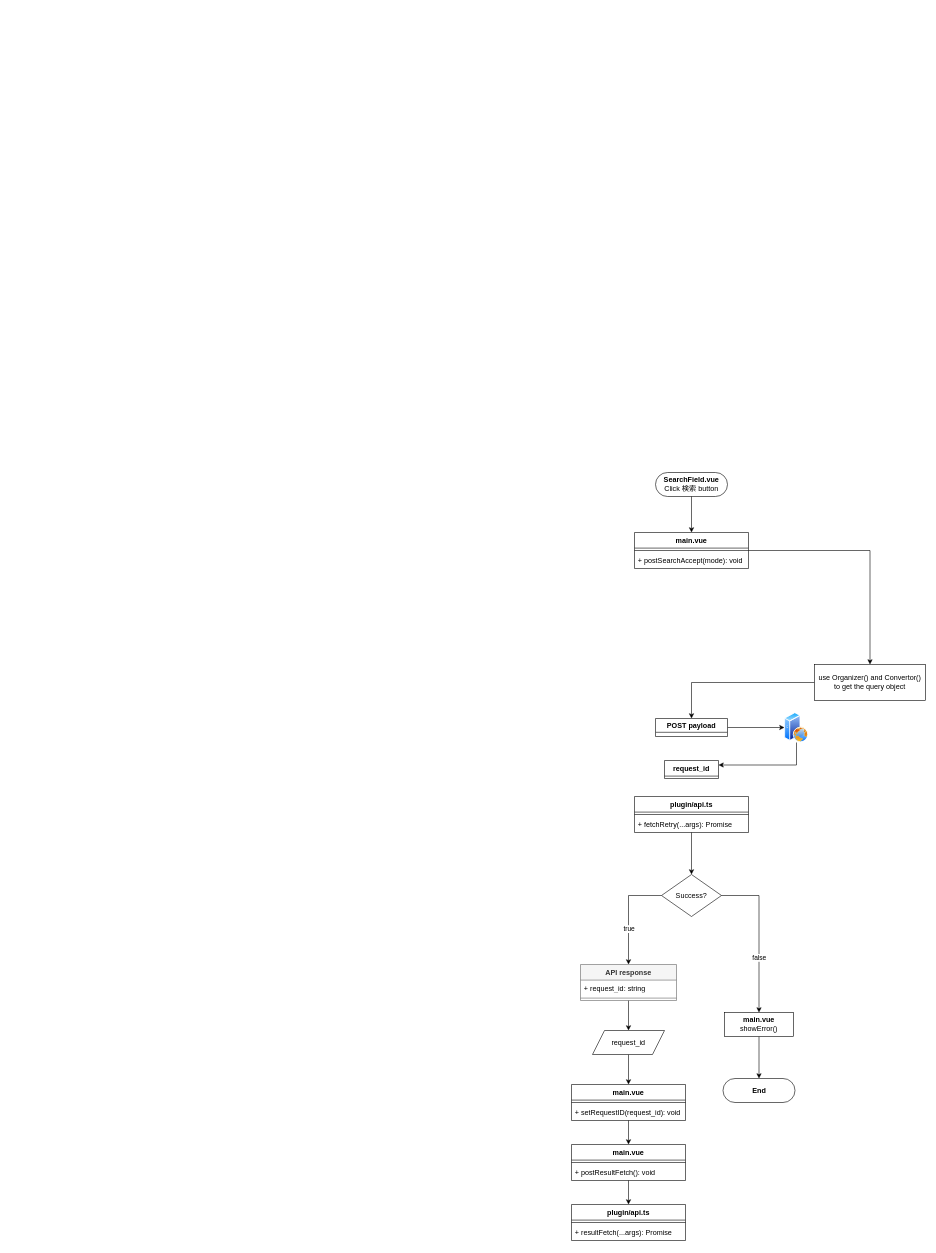
This is old-rebind-logic.drawio from maruk0chan/draw.io, a draw.io file, before an edit. Source tidied: cells renumbered, new cells numbered last; positions are measured from the earlier drawing's top-left corner, leaving out a move shared by most shapes. Both pictures are drawn from the tidied source at 60%, with x=0, y=0 at pixel (571, 472).
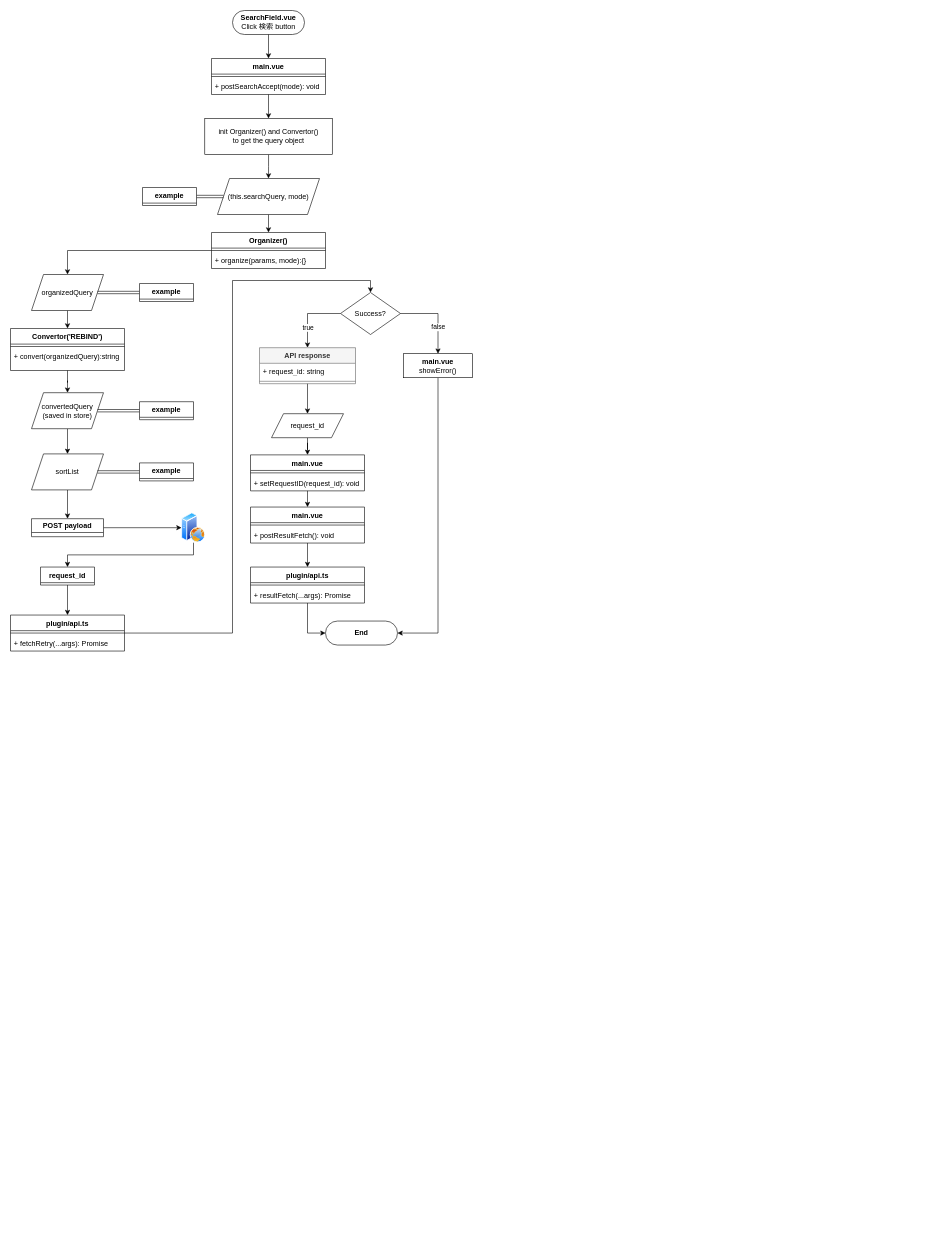
After the change.

The change refers to these unchanged cells:
```xml
<mxCell id="10" style="edgeStyle=orthogonalEdgeStyle;rounded=0;jettySize=auto;html=1;exitX=1;exitY=0.5;exitDx=0;exitDy=0;entryX=0.5;entryY=0;entryDx=0;entryDy=0;" parent="1" edge="1" source="7" target="9">
  <mxGeometry relative="1" as="geometry" />
</mxCell>
```

Change to the diagram source:
```diff
@@
+    <mxCell id="44" style="edgeStyle=none;html=1;fontSize=10;entryX=0.5;entryY=0;entryDx=0;entryDy=0;" parent="1" edge="1" source="2" target="27">
+      <mxGeometry relative="1" as="geometry" />
+    </mxCell>
     <mxCell id="2" value="request_id" style="swimlane;fontStyle=1;align=center;verticalAlign=top;horizontal=1;startSize=26;whiteSpace=wrap;html=1;" parent="1" vertex="1" collapsed="1">
-      <mxGeometry x="155" y="480" width="90" height="30" as="geometry" />
+      <mxGeometry x="-885" y="157.6" width="90" height="30" as="geometry" />
     </mxCell>
     <mxCell id="3" value="&lt;b&gt;SearchField.vue&lt;/b&gt;&lt;br&gt;Click 検索 button" style="rounded=1;whiteSpace=wrap;html=1;arcSize=50;" parent="1" vertex="1">
-      <mxGeometry x="140" width="120" height="40" as="geometry" />
+      <mxGeometry x="-565" y="-770" width="120" height="40" as="geometry" />
     </mxCell>
@@
     <mxCell id="7" value="Success?" style="rhombus;whiteSpace=wrap;html=1;" parent="1" vertex="1">
-      <mxGeometry x="150" y="670" width="100" height="70" as="geometry" />
+      <mxGeometry x="-385" y="-300" width="100" height="70" as="geometry" />
     </mxCell>
-    <mxCell id="8" style="edgeStyle=orthogonalEdgeStyle;rounded=0;jettySize=auto;html=1;exitX=0.5;exitY=1;exitDx=0;exitDy=0;entryX=0.5;entryY=0;entryDx=0;entryDy=0;" parent="1" edge="1" source="9" target="20">
+    <mxCell id="8" style="edgeStyle=orthogonalEdgeStyle;rounded=0;jettySize=auto;html=1;exitX=0.5;exitY=1;exitDx=0;exitDy=0;entryX=1;entryY=0.5;entryDx=0;entryDy=0;" parent="1" edge="1" source="9" target="20">
       <mxGeometry relative="1" as="geometry" />
     </mxCell>
     <mxCell id="9" value="&lt;b&gt;main.vue&lt;/b&gt;&lt;br&gt;showError()" style="rounded=0;whiteSpace=wrap;html=1;" parent="1" vertex="1">
-      <mxGeometry x="255" y="900" width="115" height="40" as="geometry" />
+      <mxGeometry x="-280" y="-198" width="115" height="40" as="geometry" />
     </mxCell>
@@
     <mxCell id="11" value="false" style="edgeLabel;html=1;align=center;verticalAlign=middle;" parent="10" vertex="1">
       <mxGeometry x="0.1" y="2" relative="1" as="geometry">
-        <mxPoint x="-2" y="24" as="offset" />
+        <mxPoint x="-2" y="14" as="offset" />
       </mxGeometry>
     </mxCell>
@@
     <mxCell id="13" value="API response" style="swimlane;fontStyle=1;align=center;verticalAlign=top;horizontal=1;startSize=26;whiteSpace=wrap;html=1;fillColor=#f5f5f5;fontColor=#333333;strokeColor=#666666;" parent="1" vertex="1">
-      <mxGeometry x="15" y="820" width="160" height="60" as="geometry" />
+      <mxGeometry x="-520" y="-208" width="160" height="60" as="geometry" />
     </mxCell>
@@
-    <mxCell id="16" style="edgeStyle=orthogonalEdgeStyle;rounded=0;jettySize=auto;html=1;" parent="1" edge="1" source="17" target="40">
+    <mxCell id="16" style="edgeStyle=orthogonalEdgeStyle;rounded=0;jettySize=auto;html=1;exitX=0.5;exitY=1;exitDx=0;exitDy=0;entryX=0.5;entryY=0;entryDx=0;entryDy=0;" parent="1" edge="1" source="50" target="59">
       <mxGeometry relative="1" as="geometry" />
     </mxCell>
+    <mxCell id="45" style="edgeStyle=none;html=1;fontSize=10;" parent="1" edge="1" source="17" target="48">
+      <mxGeometry relative="1" as="geometry" />
+    </mxCell>
     <mxCell id="17" value="main.vue" style="swimlane;fontStyle=1;align=center;verticalAlign=top;horizontal=1;startSize=26;whiteSpace=wrap;html=1;" parent="1" vertex="1">
-      <mxGeometry x="105" y="100" width="190" height="60" as="geometry" />
+      <mxGeometry x="-600" y="-690" width="190" height="60" as="geometry" />
     </mxCell>
@@
     <mxCell id="20" value="&lt;b&gt;End&lt;/b&gt;" style="rounded=1;whiteSpace=wrap;html=1;arcSize=50;" parent="1" vertex="1">
-      <mxGeometry x="252.5" y="1010" width="120" height="40" as="geometry" />
+      <mxGeometry x="-410" y="247.6" width="120" height="40" as="geometry" />
     </mxCell>
     <mxCell id="21" value="main.vue" style="swimlane;fontStyle=1;align=center;verticalAlign=top;horizontal=1;startSize=26;whiteSpace=wrap;html=1;" parent="1" vertex="1">
-      <mxGeometry y="1020" width="190" height="60" as="geometry" />
+      <mxGeometry x="-535" y="-29.4" width="190" height="60" as="geometry" />
     </mxCell>
@@
     <mxCell id="25" value="request_id" style="shape=parallelogram;perimeter=parallelogramPerimeter;whiteSpace=wrap;html=1;fixedSize=1;" parent="1" vertex="1">
-      <mxGeometry x="35" y="930" width="120" height="40" as="geometry" />
+      <mxGeometry x="-500" y="-98" width="120" height="40" as="geometry" />
     </mxCell>
-    <mxCell id="26" style="edgeStyle=orthogonalEdgeStyle;rounded=0;jettySize=auto;html=1;" parent="1" edge="1" source="27" target="7">
+    <mxCell id="26" style="edgeStyle=orthogonalEdgeStyle;rounded=0;jettySize=auto;html=1;entryX=0.5;entryY=0;entryDx=0;entryDy=0;" parent="1" edge="1" source="27" target="7">
       <mxGeometry relative="1" as="geometry" />
     </mxCell>
     <mxCell id="27" value="plugin/api.ts" style="swimlane;fontStyle=1;align=center;verticalAlign=top;horizontal=1;startSize=26;whiteSpace=wrap;html=1;" parent="1" vertex="1">
-      <mxGeometry x="105" y="540" width="190" height="60" as="geometry" />
+      <mxGeometry x="-935" y="237.6" width="190" height="60" as="geometry" />
     </mxCell>
@@
     <mxCell id="31" value="main.vue" style="swimlane;fontStyle=1;align=center;verticalAlign=top;horizontal=1;startSize=26;whiteSpace=wrap;html=1;" parent="1" vertex="1">
-      <mxGeometry y="1120" width="190" height="60" as="geometry" />
+      <mxGeometry x="-535" y="57.6" width="190" height="60" as="geometry" />
     </mxCell>
@@
+    <mxCell id="46" style="edgeStyle=orthogonalEdgeStyle;rounded=0;html=1;fontSize=10;entryX=0;entryY=0.5;entryDx=0;entryDy=0;" parent="1" edge="1" source="35" target="20">
+      <mxGeometry relative="1" as="geometry" />
+    </mxCell>
     <mxCell id="35" value="plugin/api.ts" style="swimlane;fontStyle=1;align=center;verticalAlign=top;horizontal=1;startSize=26;whiteSpace=wrap;html=1;" parent="1" vertex="1">
-      <mxGeometry y="1220" width="190" height="60" as="geometry" />
+      <mxGeometry x="-535" y="157.6" width="190" height="60" as="geometry" />
     </mxCell>
@@
-    <mxCell id="39" style="edgeStyle=orthogonalEdgeStyle;rounded=0;jettySize=auto;html=1;entryX=0.5;entryY=0;entryDx=0;entryDy=0;" parent="1" edge="1" source="40" target="43">
-      <mxGeometry relative="1" as="geometry" />
-    </mxCell>
-    <mxCell id="40" value="use Organizer() and Convertor() to get the query object" style="whiteSpace=wrap;html=1;" parent="1" vertex="1">
-      <mxGeometry x="405" y="320" width="185" height="60" as="geometry" />
-    </mxCell>
-    <mxCell id="41" style="edgeStyle=orthogonalEdgeStyle;rounded=0;jettySize=auto;html=1;entryX=1;entryY=0.25;entryDx=0;entryDy=0;exitX=0.5;exitY=1;exitDx=0;exitDy=0;" parent="1" edge="1" source="42" target="2">
+    <mxCell id="41" style="edgeStyle=orthogonalEdgeStyle;rounded=0;jettySize=auto;html=1;entryX=0.5;entryY=0;entryDx=0;entryDy=0;exitX=0.5;exitY=1;exitDx=0;exitDy=0;" parent="1" edge="1" source="42" target="2">
       <mxGeometry relative="1" as="geometry" />
     </mxCell>
     <mxCell id="42" style="image;perimeter=ellipsePerimeter;html=1;align=center;shadow=0;dashed=0;spacingTop=3;image=img/lib/active_directory/web_server.svg;" parent="1" vertex="1">
-      <mxGeometry x="355" y="400" width="40" height="50" as="geometry" />
+      <mxGeometry x="-650" y="67" width="40" height="50" as="geometry" />
     </mxCell>
     <mxCell id="43" value="POST payload" style="swimlane;perimeter=rectanglePerimeter;" parent="1" vertex="1" collapsed="1">
-      <mxGeometry x="140" y="410" width="120" height="30" as="geometry" />
+      <mxGeometry x="-900" y="77" width="120" height="30" as="geometry" />
     </mxCell>
+    <mxCell id="47" style="edgeStyle=orthogonalEdgeStyle;rounded=0;html=1;fontSize=10;" parent="1" edge="1" source="48" target="53">
+      <mxGeometry relative="1" as="geometry" />
+    </mxCell>
+    <mxCell id="48" value="init Organizer() and Convertor()&lt;br&gt;to get the query object" style="whiteSpace=wrap;html=1;" parent="1" vertex="1">
+      <mxGeometry x="-611.2" y="-590" width="212.5" height="60" as="geometry" />
+    </mxCell>
+    <mxCell id="49" style="edgeStyle=orthogonalEdgeStyle;rounded=0;jettySize=auto;html=1;exitX=0.5;exitY=1;exitDx=0;exitDy=0;entryX=0.5;entryY=0;entryDx=0;entryDy=0;" parent="1" edge="1" source="53" target="55">
+      <mxGeometry relative="1" as="geometry" />
+    </mxCell>
+    <mxCell id="50" value="organizedQuery" style="shape=parallelogram;perimeter=parallelogramPerimeter;whiteSpace=wrap;html=1;fixedSize=1;fontFamily=Helvetica;fontSize=12;fontColor=default;align=center;strokeColor=default;fillColor=default;labelBackgroundColor=none;" parent="1" vertex="1">
+      <mxGeometry x="-900" y="-330" width="120" height="60" as="geometry" />
+    </mxCell>
+    <mxCell id="51" style="edgeStyle=orthogonalEdgeStyle;rounded=0;html=1;exitX=0.5;exitY=1;exitDx=0;exitDy=0;fontSize=10;" parent="1" edge="1" source="52" target="69">
+      <mxGeometry relative="1" as="geometry" />
+    </mxCell>
+    <mxCell id="52" value="convertedQuery&lt;br&gt;(saved in store)" style="shape=parallelogram;perimeter=parallelogramPerimeter;whiteSpace=wrap;html=1;fixedSize=1;fontFamily=Helvetica;fontSize=12;fontColor=default;align=center;strokeColor=default;fillColor=default;" parent="1" vertex="1">
+      <mxGeometry x="-900" y="-133" width="120" height="60" as="geometry" />
+    </mxCell>
+    <mxCell id="53" value="(this.searchQuery, mode)" style="shape=parallelogram;perimeter=parallelogramPerimeter;whiteSpace=wrap;html=1;fixedSize=1;" parent="1" vertex="1">
+      <mxGeometry x="-590" y="-490" width="170" height="60" as="geometry" />
+    </mxCell>
+    <mxCell id="54" style="edgeStyle=orthogonalEdgeStyle;html=1;fontSize=10;entryX=0.5;entryY=0;entryDx=0;entryDy=0;rounded=0;" parent="1" edge="1" source="55" target="50">
+      <mxGeometry relative="1" as="geometry" />
+    </mxCell>
+    <mxCell id="55" value="Organizer()" style="swimlane;fontStyle=1;align=center;verticalAlign=top;horizontal=1;startSize=26;whiteSpace=wrap;html=1;" parent="1" vertex="1">
+      <mxGeometry x="-600" y="-400" width="190" height="60" as="geometry" />
+    </mxCell>
+    <mxCell id="56" style="line;strokeWidth=1;fillColor=none;align=left;verticalAlign=middle;spacingTop=-1;spacingLeft=3;spacingRight=3;labelPosition=right;strokeColor=inherit;" parent="55" vertex="1">
+      <mxGeometry y="26" width="190" height="8" as="geometry" />
+    </mxCell>
+    <mxCell id="57" value="+ organize(params, mode):{}" style="text;strokeColor=none;fillColor=none;align=left;verticalAlign=top;spacingLeft=4;spacingRight=4;overflow=hidden;whiteSpace=wrap;html=1;" parent="55" vertex="1">
+      <mxGeometry y="34" width="190" height="26" as="geometry" />
+    </mxCell>
+    <mxCell id="58" style="edgeStyle=orthogonalEdgeStyle;rounded=0;jettySize=auto;html=1;" parent="1" edge="1" source="59" target="52">
+      <mxGeometry relative="1" as="geometry" />
+    </mxCell>
+    <mxCell id="59" value="Convertor('REBIND')" style="swimlane;fontStyle=1;align=center;verticalAlign=top;horizontal=1;startSize=26;whiteSpace=wrap;html=1;" parent="1" vertex="1">
+      <mxGeometry x="-935" y="-240" width="190" height="70" as="geometry" />
+    </mxCell>
+    <mxCell id="60" style="line;strokeWidth=1;fillColor=none;align=left;verticalAlign=middle;spacingTop=-1;spacingLeft=3;spacingRight=3;labelPosition=right;strokeColor=inherit;" parent="59" vertex="1">
+      <mxGeometry y="26" width="190" height="8" as="geometry" />
+    </mxCell>
+    <mxCell id="61" value="+ convert(organizedQuery):string" style="text;strokeColor=none;fillColor=none;align=left;verticalAlign=top;spacingLeft=4;spacingRight=4;overflow=hidden;whiteSpace=wrap;html=1;" parent="59" vertex="1">
+      <mxGeometry y="34" width="190" height="36" as="geometry" />
+    </mxCell>
+    <mxCell id="62" style="edgeStyle=none;html=1;fontSize=10;shape=link;" parent="1" edge="1" source="67" target="53">
+      <mxGeometry relative="1" as="geometry" />
+    </mxCell>
+    <mxCell id="63" style="edgeStyle=none;shape=link;html=1;fontSize=10;" parent="1" edge="1" source="64" target="50">
+      <mxGeometry relative="1" as="geometry" />
+    </mxCell>
+    <mxCell id="64" value="example" style="swimlane;fontStyle=1;align=center;verticalAlign=top;horizontal=1;startSize=26;whiteSpace=wrap;html=1;" parent="1" vertex="1" collapsed="1">
+      <mxGeometry x="-720" y="-315" width="90" height="30" as="geometry" />
+    </mxCell>
+    <mxCell id="65" style="edgeStyle=none;shape=link;html=1;fontSize=10;" parent="1" edge="1" source="66" target="52">
+      <mxGeometry relative="1" as="geometry" />
+    </mxCell>
+    <mxCell id="66" value="example" style="swimlane;fontStyle=1;align=center;verticalAlign=top;horizontal=1;startSize=26;whiteSpace=wrap;html=1;" parent="1" vertex="1" collapsed="1">
+      <mxGeometry x="-720" y="-118" width="90" height="30" as="geometry" />
+    </mxCell>
+    <mxCell id="67" value="example" style="swimlane;fontStyle=1;align=center;verticalAlign=top;horizontal=1;startSize=26;whiteSpace=wrap;html=1;" parent="1" vertex="1" collapsed="1">
+      <mxGeometry x="-715" y="-475" width="90" height="30" as="geometry" />
+    </mxCell>
+    <mxCell id="68" style="edgeStyle=orthogonalEdgeStyle;rounded=0;html=1;exitX=0.5;exitY=1;exitDx=0;exitDy=0;entryX=0.5;entryY=0;entryDx=0;entryDy=0;fontSize=10;" parent="1" edge="1" source="69" target="43">
+      <mxGeometry relative="1" as="geometry" />
+    </mxCell>
+    <mxCell id="69" value="sortList" style="shape=parallelogram;perimeter=parallelogramPerimeter;whiteSpace=wrap;html=1;fixedSize=1;fontFamily=Helvetica;fontSize=12;fontColor=default;align=center;strokeColor=default;fillColor=default;" parent="1" vertex="1">
+      <mxGeometry x="-900" y="-31" width="120" height="60" as="geometry" />
+    </mxCell>
+    <mxCell id="70" style="edgeStyle=none;shape=link;html=1;fontSize=10;" parent="1" edge="1" source="71" target="69">
+      <mxGeometry relative="1" as="geometry" />
+    </mxCell>
+    <mxCell id="71" value="example" style="swimlane;fontStyle=1;align=center;verticalAlign=top;horizontal=1;startSize=26;whiteSpace=wrap;html=1;" parent="1" vertex="1" collapsed="1">
+      <mxGeometry x="-720" y="-16" width="90" height="30" as="geometry" />
+    </mxCell>
```
